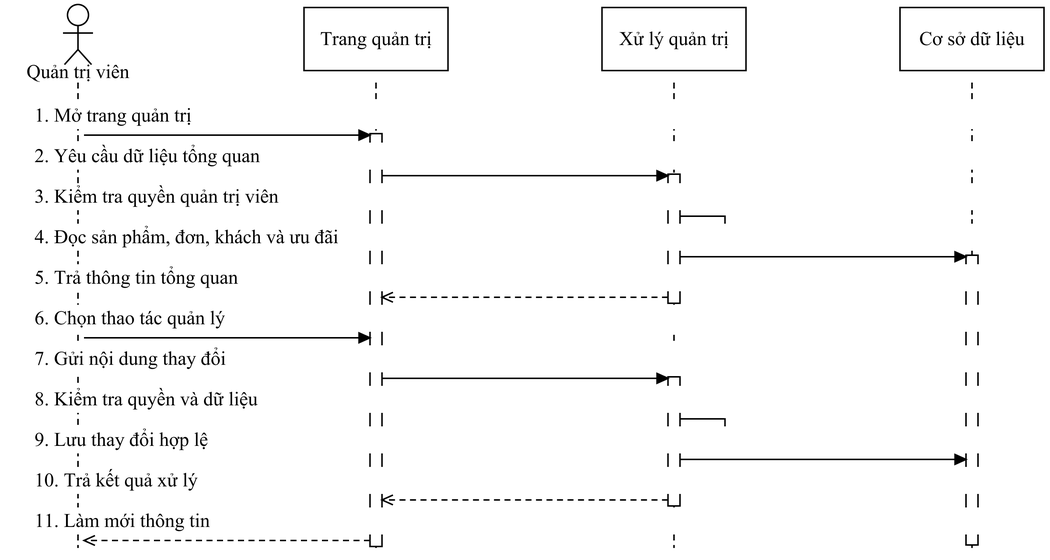
This is docs/do-an-LSOUL/So-do-LSOUL-rut-gon/anh-png/SEQ-15.png from Loccao102/BanHang, a draw.io export, as it was before one commit. Source tidied: cells renumbered, new cells last; positions are measured from the earlier drawing's top-left corner, leaving out a move shared by most shapes.
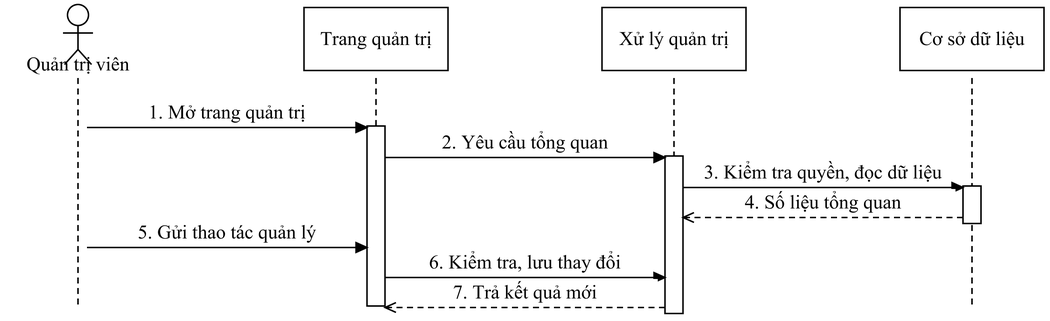
Later version of the same file.

Diff of the diagram source:
```diff
@@ -6,4 +6,4 @@
       <mxGeometry relative="1" as="geometry">
-        <mxPoint x="48" y="52" as="sourcePoint" />
-        <mxPoint x="48" y="362" as="targetPoint" />
+        <mxPoint x="48" y="49" as="sourcePoint" />
+        <mxPoint x="48" y="203" as="targetPoint" />
       </mxGeometry>
@@ -12,4 +12,4 @@
       <mxGeometry relative="1" as="geometry">
-        <mxPoint x="246.7" y="52" as="sourcePoint" />
-        <mxPoint x="246.7" y="362" as="targetPoint" />
+        <mxPoint x="246.7" y="49" as="sourcePoint" />
+        <mxPoint x="246.7" y="203" as="targetPoint" />
       </mxGeometry>
@@ -18,4 +18,4 @@
       <mxGeometry relative="1" as="geometry">
-        <mxPoint x="445.3" y="52" as="sourcePoint" />
-        <mxPoint x="445.3" y="362" as="targetPoint" />
+        <mxPoint x="445.3" y="49" as="sourcePoint" />
+        <mxPoint x="445.3" y="203" as="targetPoint" />
       </mxGeometry>
@@ -24,4 +24,4 @@
       <mxGeometry relative="1" as="geometry">
-        <mxPoint x="644" y="52" as="sourcePoint" />
-        <mxPoint x="644" y="362" as="targetPoint" />
+        <mxPoint x="644" y="49" as="sourcePoint" />
+        <mxPoint x="644" y="203" as="targetPoint" />
       </mxGeometry>
@@ -29,150 +29,103 @@
     <mxCell id="6" style="fontFamily=Times New Roman;fontSize=13;fontColor=#000000;strokeColor=#000000;strokeWidth=1;fillColor=#FFFFFF;shadow=0;rounded=0;html=0;whiteSpace=wrap;spacing=5;align=center;verticalAlign=middle;" parent="1" vertex="1">
-      <mxGeometry x="441.3" y="113" width="8" height="86" as="geometry" />
+      <mxGeometry x="638" y="121" width="12" height="25" as="geometry" />
     </mxCell>
     <mxCell id="7" style="fontFamily=Times New Roman;fontSize=13;fontColor=#000000;strokeColor=#000000;strokeWidth=1;fillColor=#FFFFFF;shadow=0;rounded=0;html=0;whiteSpace=wrap;spacing=5;align=center;verticalAlign=middle;" parent="1" vertex="1">
-      <mxGeometry x="441.3" y="248" width="8" height="86" as="geometry" />
+      <mxGeometry x="439.3" y="101" width="12" height="105" as="geometry" />
     </mxCell>
     <mxCell id="8" style="fontFamily=Times New Roman;fontSize=13;fontColor=#000000;strokeColor=#000000;strokeWidth=1;fillColor=#FFFFFF;shadow=0;rounded=0;html=0;whiteSpace=wrap;spacing=5;align=center;verticalAlign=middle;" parent="1" vertex="1">
-      <mxGeometry x="242.7" y="86" width="8" height="275" as="geometry" />
+      <mxGeometry x="240.7" y="81" width="12" height="120" as="geometry" />
     </mxCell>
-    <mxCell id="9" style="fontFamily=Times New Roman;fontSize=13;fontColor=#000000;strokeColor=#000000;strokeWidth=1;fillColor=#FFFFFF;shadow=0;rounded=0;html=0;whiteSpace=wrap;spacing=5;align=center;verticalAlign=middle;" parent="1" vertex="1">
-      <mxGeometry x="640" y="167" width="8" height="193" as="geometry" />
+    <mxCell id="9" value="1. Mở trang quản trị" style="fontFamily=Times New Roman;fontSize=13;fontColor=#000000;strokeColor=#000000;strokeWidth=1;fillColor=#FFFFFF;shadow=0;rounded=0;html=0;whiteSpace=wrap;spacing=5;text;strokeColor=none;fillColor=none;align=center;verticalAlign=middle;fillColor=#FFFFFF;" parent="1" vertex="1">
+      <mxGeometry x="59" y="63" width="176.7" height="18" as="geometry" />
     </mxCell>
-    <mxCell id="10" value="1. Mở trang quản trị" style="fontFamily=Times New Roman;fontSize=13;fontColor=#000000;strokeColor=#000000;strokeWidth=1;fillColor=#FFFFFF;shadow=0;rounded=0;html=0;whiteSpace=wrap;spacing=5;text;strokeColor=none;fillColor=none;align=left;verticalAlign=middle;fillColor=#FFFFFF;" parent="1" vertex="1">
-      <mxGeometry x="14" y="65" width="664" height="18" as="geometry" />
+    <mxCell id="10" style="fontFamily=Times New Roman;fontSize=13;fontColor=#000000;strokeColor=#000000;strokeWidth=1;fillColor=#FFFFFF;shadow=0;rounded=0;html=0;whiteSpace=wrap;spacing=5;endArrow=block;endFill=1;startArrow=none;" parent="1" edge="1">
+      <mxGeometry relative="1" as="geometry">
+        <mxPoint x="54" y="82" as="sourcePoint" />
+        <mxPoint x="240.7" y="82" as="targetPoint" />
+      </mxGeometry>
     </mxCell>
-    <mxCell id="11" style="fontFamily=Times New Roman;fontSize=13;fontColor=#000000;strokeColor=#000000;strokeWidth=1;fillColor=#FFFFFF;shadow=0;rounded=0;html=0;whiteSpace=wrap;spacing=5;endArrow=block;endFill=1;startArrow=none;" parent="1" edge="1">
-      <mxGeometry relative="1" as="geometry">
-        <mxPoint x="52" y="87" as="sourcePoint" />
-        <mxPoint x="242.7" y="87" as="targetPoint" />
-      </mxGeometry>
+    <mxCell id="11" value="2. Yêu cầu tổng quan" style="fontFamily=Times New Roman;fontSize=13;fontColor=#000000;strokeColor=#000000;strokeWidth=1;fillColor=#FFFFFF;shadow=0;rounded=0;html=0;whiteSpace=wrap;spacing=5;text;strokeColor=none;fillColor=none;align=center;verticalAlign=middle;fillColor=#FFFFFF;" parent="1" vertex="1">
+      <mxGeometry x="257.7" y="83" width="176.7" height="18" as="geometry" />
     </mxCell>
-    <mxCell id="12" value="2. Yêu cầu dữ liệu tổng quan" style="fontFamily=Times New Roman;fontSize=13;fontColor=#000000;strokeColor=#000000;strokeWidth=1;fillColor=#FFFFFF;shadow=0;rounded=0;html=0;whiteSpace=wrap;spacing=5;text;strokeColor=none;fillColor=none;align=left;verticalAlign=middle;fillColor=#FFFFFF;" parent="1" vertex="1">
-      <mxGeometry x="14" y="92" width="664" height="18" as="geometry" />
+    <mxCell id="12" style="fontFamily=Times New Roman;fontSize=13;fontColor=#000000;strokeColor=#000000;strokeWidth=1;fillColor=#FFFFFF;shadow=0;rounded=0;html=0;whiteSpace=wrap;spacing=5;endArrow=block;endFill=1;startArrow=none;" parent="1" edge="1">
+      <mxGeometry relative="1" as="geometry">
+        <mxPoint x="252.7" y="102" as="sourcePoint" />
+        <mxPoint x="439.3" y="102" as="targetPoint" />
+      </mxGeometry>
     </mxCell>
-    <mxCell id="13" style="fontFamily=Times New Roman;fontSize=13;fontColor=#000000;strokeColor=#000000;strokeWidth=1;fillColor=#FFFFFF;shadow=0;rounded=0;html=0;whiteSpace=wrap;spacing=5;endArrow=block;endFill=1;startArrow=none;" parent="1" edge="1">
-      <mxGeometry relative="1" as="geometry">
-        <mxPoint x="250.7" y="114" as="sourcePoint" />
-        <mxPoint x="441.3" y="114" as="targetPoint" />
-      </mxGeometry>
+    <mxCell id="13" value="3. Kiểm tra quyền, đọc dữ liệu" style="fontFamily=Times New Roman;fontSize=13;fontColor=#000000;strokeColor=#000000;strokeWidth=1;fillColor=#FFFFFF;shadow=0;rounded=0;html=0;whiteSpace=wrap;spacing=5;text;strokeColor=none;fillColor=none;align=center;verticalAlign=middle;fillColor=#FFFFFF;" parent="1" vertex="1">
+      <mxGeometry x="456.3" y="103" width="176.7" height="18" as="geometry" />
     </mxCell>
-    <mxCell id="14" value="3. Kiểm tra quyền quản trị viên" style="fontFamily=Times New Roman;fontSize=13;fontColor=#000000;strokeColor=#000000;strokeWidth=1;fillColor=#FFFFFF;shadow=0;rounded=0;html=0;whiteSpace=wrap;spacing=5;text;strokeColor=none;fillColor=none;align=left;verticalAlign=middle;fillColor=#FFFFFF;" parent="1" vertex="1">
-      <mxGeometry x="14" y="119" width="664" height="18" as="geometry" />
+    <mxCell id="14" style="fontFamily=Times New Roman;fontSize=13;fontColor=#000000;strokeColor=#000000;strokeWidth=1;fillColor=#FFFFFF;shadow=0;rounded=0;html=0;whiteSpace=wrap;spacing=5;endArrow=block;endFill=1;startArrow=none;" parent="1" edge="1">
+      <mxGeometry relative="1" as="geometry">
+        <mxPoint x="451.3" y="122" as="sourcePoint" />
+        <mxPoint x="638" y="122" as="targetPoint" />
+      </mxGeometry>
     </mxCell>
-    <mxCell id="15" style="fontFamily=Times New Roman;fontSize=13;fontColor=#000000;strokeColor=#000000;strokeWidth=1;fillColor=#FFFFFF;shadow=0;rounded=0;html=0;whiteSpace=wrap;spacing=5;endArrow=block;endFill=1;startArrow=none;" parent="1" edge="1">
-      <mxGeometry relative="1" as="geometry">
-        <mxPoint x="449.3" y="141" as="sourcePoint" />
-        <mxPoint x="450.3" y="153" as="targetPoint" />
-        <Array as="points">
-          <mxPoint x="479.3" y="141" />
-          <mxPoint x="479.3" y="153" />
-        </Array>
-      </mxGeometry>
+    <mxCell id="15" value="4. Số liệu tổng quan" style="fontFamily=Times New Roman;fontSize=13;fontColor=#000000;strokeColor=#000000;strokeWidth=1;fillColor=#FFFFFF;shadow=0;rounded=0;html=0;whiteSpace=wrap;spacing=5;text;strokeColor=none;fillColor=none;align=center;verticalAlign=middle;fillColor=#FFFFFF;" parent="1" vertex="1">
+      <mxGeometry x="456.3" y="123" width="176.7" height="18" as="geometry" />
     </mxCell>
-    <mxCell id="16" value="4. Đọc sản phẩm, đơn, khách và ưu đãi" style="fontFamily=Times New Roman;fontSize=13;fontColor=#000000;strokeColor=#000000;strokeWidth=1;fillColor=#FFFFFF;shadow=0;rounded=0;html=0;whiteSpace=wrap;spacing=5;text;strokeColor=none;fillColor=none;align=left;verticalAlign=middle;fillColor=#FFFFFF;" parent="1" vertex="1">
-      <mxGeometry x="14" y="146" width="664" height="18" as="geometry" />
+    <mxCell id="16" style="fontFamily=Times New Roman;fontSize=13;fontColor=#000000;strokeColor=#000000;strokeWidth=1;fillColor=#FFFFFF;shadow=0;rounded=0;html=0;whiteSpace=wrap;spacing=5;endArrow=open;endFill=1;startArrow=none;dashed=1;dashPattern=4 3;" parent="1" edge="1">
+      <mxGeometry relative="1" as="geometry">
+        <mxPoint x="638" y="142" as="sourcePoint" />
+        <mxPoint x="451.3" y="142" as="targetPoint" />
+      </mxGeometry>
     </mxCell>
-    <mxCell id="17" style="fontFamily=Times New Roman;fontSize=13;fontColor=#000000;strokeColor=#000000;strokeWidth=1;fillColor=#FFFFFF;shadow=0;rounded=0;html=0;whiteSpace=wrap;spacing=5;endArrow=block;endFill=1;startArrow=none;" parent="1" edge="1">
-      <mxGeometry relative="1" as="geometry">
-        <mxPoint x="449.3" y="168" as="sourcePoint" />
-        <mxPoint x="640" y="168" as="targetPoint" />
-      </mxGeometry>
+    <mxCell id="17" value="5. Gửi thao tác quản lý" style="fontFamily=Times New Roman;fontSize=13;fontColor=#000000;strokeColor=#000000;strokeWidth=1;fillColor=#FFFFFF;shadow=0;rounded=0;html=0;whiteSpace=wrap;spacing=5;text;strokeColor=none;fillColor=none;align=center;verticalAlign=middle;fillColor=#FFFFFF;" parent="1" vertex="1">
+      <mxGeometry x="59" y="143" width="176.7" height="18" as="geometry" />
     </mxCell>
-    <mxCell id="18" value="5. Trả thông tin tổng quan" style="fontFamily=Times New Roman;fontSize=13;fontColor=#000000;strokeColor=#000000;strokeWidth=1;fillColor=#FFFFFF;shadow=0;rounded=0;html=0;whiteSpace=wrap;spacing=5;text;strokeColor=none;fillColor=none;align=left;verticalAlign=middle;fillColor=#FFFFFF;" parent="1" vertex="1">
-      <mxGeometry x="14" y="173" width="664" height="18" as="geometry" />
+    <mxCell id="18" style="fontFamily=Times New Roman;fontSize=13;fontColor=#000000;strokeColor=#000000;strokeWidth=1;fillColor=#FFFFFF;shadow=0;rounded=0;html=0;whiteSpace=wrap;spacing=5;endArrow=block;endFill=1;startArrow=none;" parent="1" edge="1">
+      <mxGeometry relative="1" as="geometry">
+        <mxPoint x="54" y="162" as="sourcePoint" />
+        <mxPoint x="240.7" y="162" as="targetPoint" />
+      </mxGeometry>
     </mxCell>
-    <mxCell id="19" style="fontFamily=Times New Roman;fontSize=13;fontColor=#000000;strokeColor=#000000;strokeWidth=1;fillColor=#FFFFFF;shadow=0;rounded=0;html=0;whiteSpace=wrap;spacing=5;endArrow=open;endFill=1;startArrow=none;dashed=1;dashPattern=4 3;" parent="1" edge="1">
-      <mxGeometry relative="1" as="geometry">
-        <mxPoint x="441.3" y="195" as="sourcePoint" />
-        <mxPoint x="250.7" y="195" as="targetPoint" />
-      </mxGeometry>
+    <mxCell id="19" value="6. Kiểm tra, lưu thay đổi" style="fontFamily=Times New Roman;fontSize=13;fontColor=#000000;strokeColor=#000000;strokeWidth=1;fillColor=#FFFFFF;shadow=0;rounded=0;html=0;whiteSpace=wrap;spacing=5;text;strokeColor=none;fillColor=none;align=center;verticalAlign=middle;fillColor=#FFFFFF;" parent="1" vertex="1">
+      <mxGeometry x="257.7" y="163" width="176.7" height="18" as="geometry" />
     </mxCell>
-    <mxCell id="20" value="6. Chọn thao tác quản lý" style="fontFamily=Times New Roman;fontSize=13;fontColor=#000000;strokeColor=#000000;strokeWidth=1;fillColor=#FFFFFF;shadow=0;rounded=0;html=0;whiteSpace=wrap;spacing=5;text;strokeColor=none;fillColor=none;align=left;verticalAlign=middle;fillColor=#FFFFFF;" parent="1" vertex="1">
-      <mxGeometry x="14" y="200" width="664" height="18" as="geometry" />
+    <mxCell id="20" style="fontFamily=Times New Roman;fontSize=13;fontColor=#000000;strokeColor=#000000;strokeWidth=1;fillColor=#FFFFFF;shadow=0;rounded=0;html=0;whiteSpace=wrap;spacing=5;endArrow=block;endFill=1;startArrow=none;" parent="1" edge="1">
+      <mxGeometry relative="1" as="geometry">
+        <mxPoint x="252.7" y="182" as="sourcePoint" />
+        <mxPoint x="439.3" y="182" as="targetPoint" />
+      </mxGeometry>
     </mxCell>
-    <mxCell id="21" style="fontFamily=Times New Roman;fontSize=13;fontColor=#000000;strokeColor=#000000;strokeWidth=1;fillColor=#FFFFFF;shadow=0;rounded=0;html=0;whiteSpace=wrap;spacing=5;endArrow=block;endFill=1;startArrow=none;" parent="1" edge="1">
-      <mxGeometry relative="1" as="geometry">
-        <mxPoint x="52" y="222" as="sourcePoint" />
-        <mxPoint x="242.7" y="222" as="targetPoint" />
-      </mxGeometry>
+    <mxCell id="21" value="7. Trả kết quả mới" style="fontFamily=Times New Roman;fontSize=13;fontColor=#000000;strokeColor=#000000;strokeWidth=1;fillColor=#FFFFFF;shadow=0;rounded=0;html=0;whiteSpace=wrap;spacing=5;text;strokeColor=none;fillColor=none;align=center;verticalAlign=middle;fillColor=#FFFFFF;" parent="1" vertex="1">
+      <mxGeometry x="257.7" y="183" width="176.7" height="18" as="geometry" />
     </mxCell>
-    <mxCell id="22" value="7. Gửi nội dung thay đổi" style="fontFamily=Times New Roman;fontSize=13;fontColor=#000000;strokeColor=#000000;strokeWidth=1;fillColor=#FFFFFF;shadow=0;rounded=0;html=0;whiteSpace=wrap;spacing=5;text;strokeColor=none;fillColor=none;align=left;verticalAlign=middle;fillColor=#FFFFFF;" parent="1" vertex="1">
-      <mxGeometry x="14" y="227" width="664" height="18" as="geometry" />
+    <mxCell id="22" style="fontFamily=Times New Roman;fontSize=13;fontColor=#000000;strokeColor=#000000;strokeWidth=1;fillColor=#FFFFFF;shadow=0;rounded=0;html=0;whiteSpace=wrap;spacing=5;endArrow=open;endFill=1;startArrow=none;dashed=1;dashPattern=4 3;" parent="1" edge="1">
+      <mxGeometry relative="1" as="geometry">
+        <mxPoint x="439.3" y="202" as="sourcePoint" />
+        <mxPoint x="252.7" y="202" as="targetPoint" />
+      </mxGeometry>
     </mxCell>
-    <mxCell id="23" style="fontFamily=Times New Roman;fontSize=13;fontColor=#000000;strokeColor=#000000;strokeWidth=1;fillColor=#FFFFFF;shadow=0;rounded=0;html=0;whiteSpace=wrap;spacing=5;endArrow=block;endFill=1;startArrow=none;" parent="1" edge="1">
-      <mxGeometry relative="1" as="geometry">
-        <mxPoint x="250.7" y="249" as="sourcePoint" />
-        <mxPoint x="441.3" y="249" as="targetPoint" />
-      </mxGeometry>
+    <mxCell id="23" style="fontFamily=Times New Roman;fontSize=13;fontColor=#000000;strokeColor=#000000;strokeWidth=1;fillColor=#FFFFFF;shadow=0;rounded=0;html=0;whiteSpace=wrap;spacing=5;ellipse;perimeter=ellipsePerimeter;align=center;verticalAlign=middle;" parent="1" vertex="1">
+      <mxGeometry x="41" width="14" height="14" as="geometry" />
     </mxCell>
-    <mxCell id="24" value="8. Kiểm tra quyền và dữ liệu" style="fontFamily=Times New Roman;fontSize=13;fontColor=#000000;strokeColor=#000000;strokeWidth=1;fillColor=#FFFFFF;shadow=0;rounded=0;html=0;whiteSpace=wrap;spacing=5;text;strokeColor=none;fillColor=none;align=left;verticalAlign=middle;fillColor=#FFFFFF;" parent="1" vertex="1">
-      <mxGeometry x="14" y="254" width="664" height="18" as="geometry" />
+    <mxCell id="24" style="fontFamily=Times New Roman;fontSize=13;fontColor=#000000;strokeColor=#000000;strokeWidth=1;fillColor=#FFFFFF;shadow=0;rounded=0;html=0;whiteSpace=wrap;spacing=5;endArrow=none;endFill=1;startArrow=none;" parent="1" edge="1">
+      <mxGeometry relative="1" as="geometry">
+        <mxPoint x="48" y="14" as="sourcePoint" />
+        <mxPoint x="48" y="30" as="targetPoint" />
+      </mxGeometry>
     </mxCell>
-    <mxCell id="25" style="fontFamily=Times New Roman;fontSize=13;fontColor=#000000;strokeColor=#000000;strokeWidth=1;fillColor=#FFFFFF;shadow=0;rounded=0;html=0;whiteSpace=wrap;spacing=5;endArrow=block;endFill=1;startArrow=none;" parent="1" edge="1">
+    <mxCell id="25" style="fontFamily=Times New Roman;fontSize=13;fontColor=#000000;strokeColor=#000000;strokeWidth=1;fillColor=#FFFFFF;shadow=0;rounded=0;html=0;whiteSpace=wrap;spacing=5;endArrow=none;endFill=1;startArrow=none;" parent="1" edge="1">
       <mxGeometry relative="1" as="geometry">
-        <mxPoint x="449.3" y="276" as="sourcePoint" />
-        <mxPoint x="450.3" y="288" as="targetPoint" />
-        <Array as="points">
-          <mxPoint x="479.3" y="276" />
-          <mxPoint x="479.3" y="288" />
-        </Array>
+        <mxPoint x="38" y="19" as="sourcePoint" />
+        <mxPoint x="58" y="19" as="targetPoint" />
       </mxGeometry>
     </mxCell>
-    <mxCell id="26" value="9. Lưu thay đổi hợp lệ" style="fontFamily=Times New Roman;fontSize=13;fontColor=#000000;strokeColor=#000000;strokeWidth=1;fillColor=#FFFFFF;shadow=0;rounded=0;html=0;whiteSpace=wrap;spacing=5;text;strokeColor=none;fillColor=none;align=left;verticalAlign=middle;fillColor=#FFFFFF;" parent="1" vertex="1">
-      <mxGeometry x="14" y="281" width="664" height="18" as="geometry" />
+    <mxCell id="26" style="fontFamily=Times New Roman;fontSize=13;fontColor=#000000;strokeColor=#000000;strokeWidth=1;fillColor=#FFFFFF;shadow=0;rounded=0;html=0;whiteSpace=wrap;spacing=5;endArrow=none;endFill=1;startArrow=none;" parent="1" edge="1">
+      <mxGeometry relative="1" as="geometry">
+        <mxPoint x="48" y="30" as="sourcePoint" />
+        <mxPoint x="39" y="40" as="targetPoint" />
+      </mxGeometry>
     </mxCell>
-    <mxCell id="27" style="fontFamily=Times New Roman;fontSize=13;fontColor=#000000;strokeColor=#000000;strokeWidth=1;fillColor=#FFFFFF;shadow=0;rounded=0;html=0;whiteSpace=wrap;spacing=5;endArrow=block;endFill=1;startArrow=none;" parent="1" edge="1">
+    <mxCell id="27" style="fontFamily=Times New Roman;fontSize=13;fontColor=#000000;strokeColor=#000000;strokeWidth=1;fillColor=#FFFFFF;shadow=0;rounded=0;html=0;whiteSpace=wrap;spacing=5;endArrow=none;endFill=1;startArrow=none;" parent="1" edge="1">
       <mxGeometry relative="1" as="geometry">
-        <mxPoint x="449.3" y="303" as="sourcePoint" />
-        <mxPoint x="640" y="303" as="targetPoint" />
+        <mxPoint x="48" y="30" as="sourcePoint" />
+        <mxPoint x="57" y="40" as="targetPoint" />
       </mxGeometry>
     </mxCell>
-    <mxCell id="28" value="10. Trả kết quả xử lý" style="fontFamily=Times New Roman;fontSize=13;fontColor=#000000;strokeColor=#000000;strokeWidth=1;fillColor=#FFFFFF;shadow=0;rounded=0;html=0;whiteSpace=wrap;spacing=5;text;strokeColor=none;fillColor=none;align=left;verticalAlign=middle;fillColor=#FFFFFF;" parent="1" vertex="1">
-      <mxGeometry x="14" y="308" width="664" height="18" as="geometry" />
+    <mxCell id="28" value="Quản trị viên" style="fontFamily=Times New Roman;fontSize=13;fontColor=#000000;strokeColor=#000000;strokeWidth=1;fillColor=#FFFFFF;shadow=0;rounded=0;html=0;whiteSpace=wrap;spacing=5;text;strokeColor=none;fillColor=none;align=center;verticalAlign=middle;" parent="1" vertex="1">
+      <mxGeometry y="32" width="96" height="16" as="geometry" />
     </mxCell>
-    <mxCell id="29" style="fontFamily=Times New Roman;fontSize=13;fontColor=#000000;strokeColor=#000000;strokeWidth=1;fillColor=#FFFFFF;shadow=0;rounded=0;html=0;whiteSpace=wrap;spacing=5;endArrow=open;endFill=1;startArrow=none;dashed=1;dashPattern=4 3;" parent="1" edge="1">
-      <mxGeometry relative="1" as="geometry">
-        <mxPoint x="441.3" y="330" as="sourcePoint" />
-        <mxPoint x="250.7" y="330" as="targetPoint" />
-      </mxGeometry>
-    </mxCell>
-    <mxCell id="30" value="11. Làm mới thông tin" style="fontFamily=Times New Roman;fontSize=13;fontColor=#000000;strokeColor=#000000;strokeWidth=1;fillColor=#FFFFFF;shadow=0;rounded=0;html=0;whiteSpace=wrap;spacing=5;text;strokeColor=none;fillColor=none;align=left;verticalAlign=middle;fillColor=#FFFFFF;" parent="1" vertex="1">
-      <mxGeometry x="14" y="335" width="664" height="18" as="geometry" />
-    </mxCell>
-    <mxCell id="31" style="fontFamily=Times New Roman;fontSize=13;fontColor=#000000;strokeColor=#000000;strokeWidth=1;fillColor=#FFFFFF;shadow=0;rounded=0;html=0;whiteSpace=wrap;spacing=5;endArrow=open;endFill=1;startArrow=none;dashed=1;dashPattern=4 3;" parent="1" edge="1">
-      <mxGeometry relative="1" as="geometry">
-        <mxPoint x="242.7" y="357" as="sourcePoint" />
-        <mxPoint x="52" y="357" as="targetPoint" />
-      </mxGeometry>
-    </mxCell>
-    <mxCell id="32" style="fontFamily=Times New Roman;fontSize=13;fontColor=#000000;strokeColor=#000000;strokeWidth=1;fillColor=#FFFFFF;shadow=0;rounded=0;html=0;whiteSpace=wrap;spacing=5;ellipse;perimeter=ellipsePerimeter;align=center;verticalAlign=middle;" parent="1" vertex="1">
-      <mxGeometry x="41" width="14" height="14" as="geometry" />
-    </mxCell>
-    <mxCell id="33" style="fontFamily=Times New Roman;fontSize=13;fontColor=#000000;strokeColor=#000000;strokeWidth=1;fillColor=#FFFFFF;shadow=0;rounded=0;html=0;whiteSpace=wrap;spacing=5;endArrow=none;endFill=1;startArrow=none;" parent="1" edge="1">
-      <mxGeometry relative="1" as="geometry">
-        <mxPoint x="48" y="14" as="sourcePoint" />
-        <mxPoint x="48" y="30" as="targetPoint" />
-      </mxGeometry>
-    </mxCell>
-    <mxCell id="34" style="fontFamily=Times New Roman;fontSize=13;fontColor=#000000;strokeColor=#000000;strokeWidth=1;fillColor=#FFFFFF;shadow=0;rounded=0;html=0;whiteSpace=wrap;spacing=5;endArrow=none;endFill=1;startArrow=none;" parent="1" edge="1">
-      <mxGeometry relative="1" as="geometry">
-        <mxPoint x="38" y="19" as="sourcePoint" />
-        <mxPoint x="58" y="19" as="targetPoint" />
-      </mxGeometry>
-    </mxCell>
-    <mxCell id="35" style="fontFamily=Times New Roman;fontSize=13;fontColor=#000000;strokeColor=#000000;strokeWidth=1;fillColor=#FFFFFF;shadow=0;rounded=0;html=0;whiteSpace=wrap;spacing=5;endArrow=none;endFill=1;startArrow=none;" parent="1" edge="1">
-      <mxGeometry relative="1" as="geometry">
-        <mxPoint x="48" y="30" as="sourcePoint" />
-        <mxPoint x="39" y="40" as="targetPoint" />
-      </mxGeometry>
-    </mxCell>
-    <mxCell id="36" style="fontFamily=Times New Roman;fontSize=13;fontColor=#000000;strokeColor=#000000;strokeWidth=1;fillColor=#FFFFFF;shadow=0;rounded=0;html=0;whiteSpace=wrap;spacing=5;endArrow=none;endFill=1;startArrow=none;" parent="1" edge="1">
-      <mxGeometry relative="1" as="geometry">
-        <mxPoint x="48" y="30" as="sourcePoint" />
-        <mxPoint x="57" y="40" as="targetPoint" />
-      </mxGeometry>
-    </mxCell>
-    <mxCell id="37" value="Quản trị viên" style="fontFamily=Times New Roman;fontSize=13;fontColor=#000000;strokeColor=#000000;strokeWidth=1;fillColor=#FFFFFF;shadow=0;rounded=0;html=0;whiteSpace=wrap;spacing=5;text;strokeColor=none;fillColor=none;align=center;verticalAlign=middle;" parent="1" vertex="1">
-      <mxGeometry y="37" width="96" height="16" as="geometry" />
-    </mxCell>
     <mxCell id="38" value="Trang quản trị" style="fontFamily=Times New Roman;fontSize=13;fontColor=#000000;strokeColor=#000000;strokeWidth=1;fillColor=#FFFFFF;shadow=0;rounded=0;html=0;whiteSpace=wrap;spacing=5;align=center;verticalAlign=middle;" parent="1" vertex="1">
```
